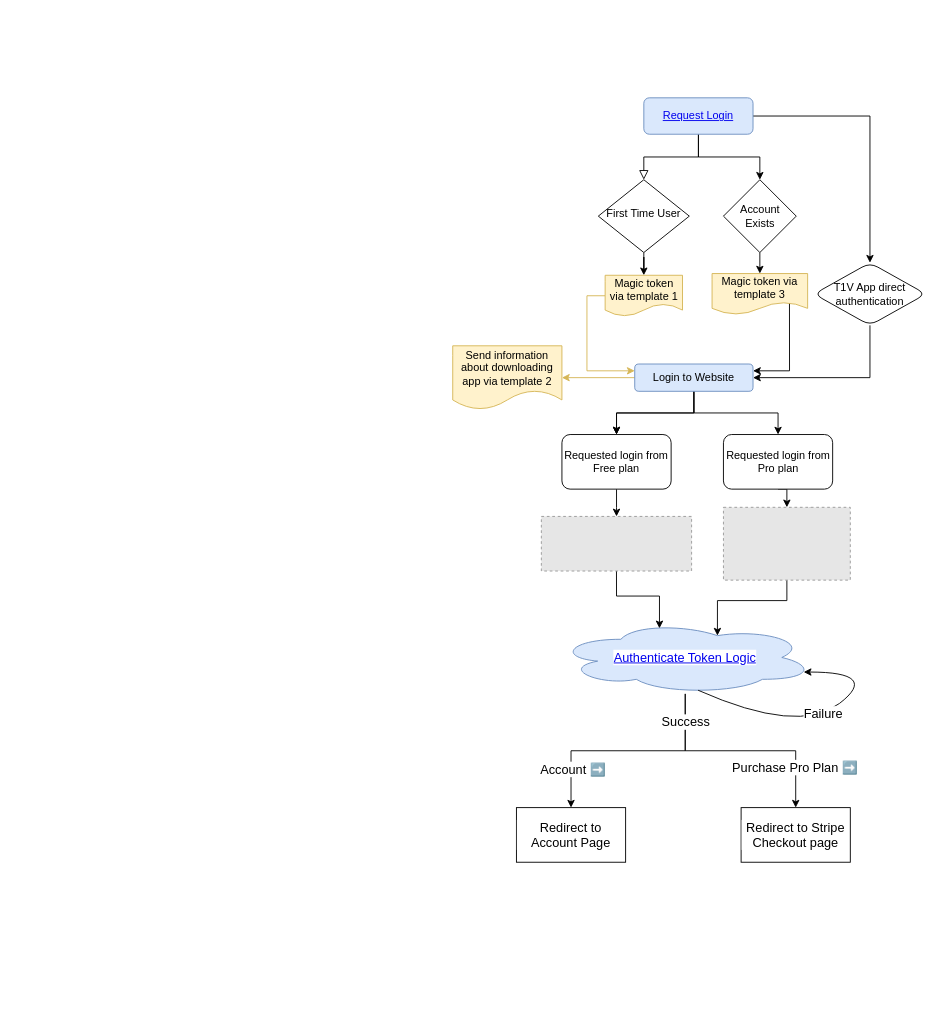
Earlier version of the draw.io diagram page "Login Flow" (1 of 4) of Untitled Diagram.drawio (pbt1v/flowcharts). Source tidied: cells renumbered, new cells numbered last; positions are measured from the earlier drawing's top-left corner, leaving out a move shared by most shapes. Both pictures are drawn from the tidied source at 91%, with x=0, y=0 at pixel (452, 97). Pictures stored in the file or linked from it are replaced by grey dashed boxes.
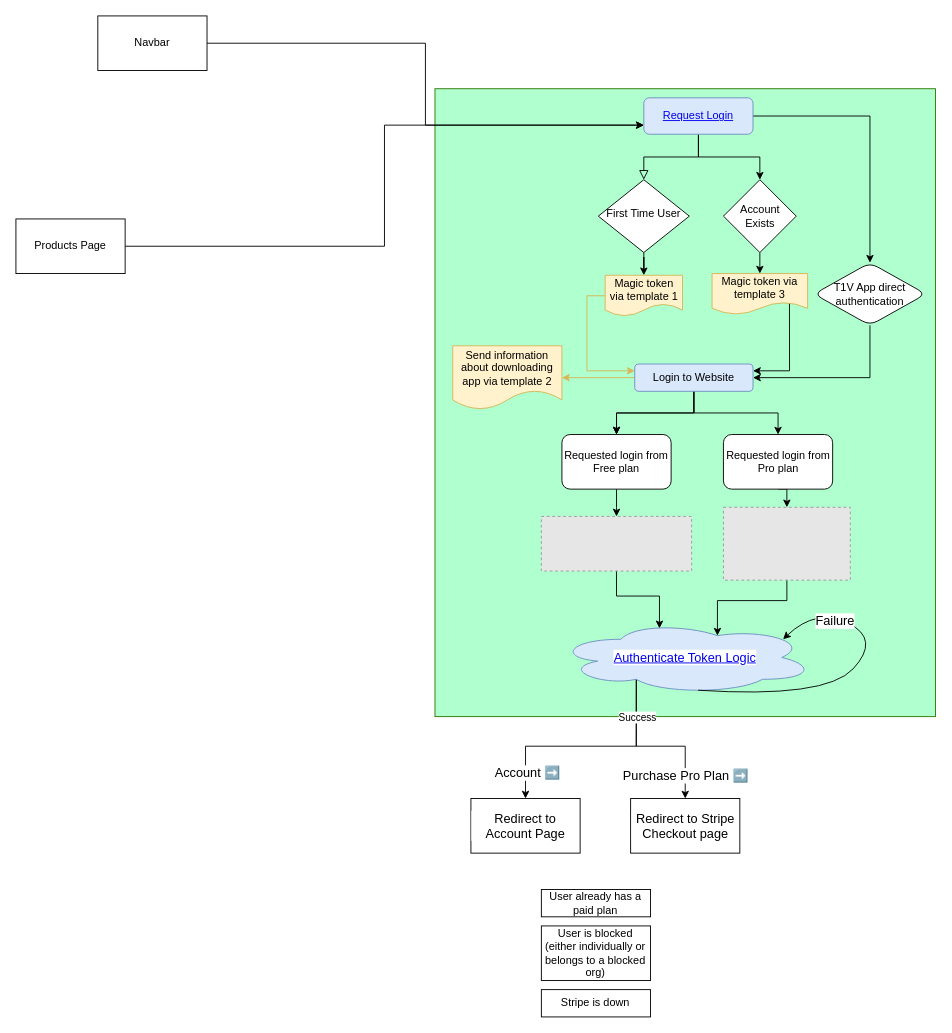
The same page after the edit.

Unchanged cells that the change refers to:
```xml
<mxCell id="5" value="&lt;a href=&quot;data:page/id,41-cwJReHn9E8La9h7f7&quot;&gt;Request Login&lt;/a&gt;" style="rounded=1;whiteSpace=wrap;html=1;fontSize=12;glass=0;strokeWidth=1;shadow=0;fillColor=#dae8fc;strokeColor=#6c8ebf;" parent="1" vertex="1">
  <mxGeometry x="210" width="120" height="40" as="geometry" />
</mxCell>
<mxCell id="31" value="&lt;a href=&quot;data:page/id,Cjgt9jFM1V30jB4g_Zc7&quot;&gt;Authenticate Token Logic&lt;/a&gt;" style="ellipse;shape=cloud;whiteSpace=wrap;html=1;labelBackgroundColor=#FFFFFF;fontSize=14;fillColor=#dae8fc;strokeColor=#6c8ebf;" parent="1" vertex="1">
  <mxGeometry x="114" y="575" width="283" height="80" as="geometry" />
</mxCell>
```

Diff of the diagram source:
```diff
@@
+    <mxCell id="43" style="rounded=0;whiteSpace=wrap;html=1;fillColor=#00FF6650;strokeColor=#2D7600;fontColor=#ffffff;" parent="1" vertex="1">
+      <mxGeometry x="-19.5" y="-10" width="550" height="690" as="geometry" />
+    </mxCell>
@@
-    <mxCell id="26" style="edgeStyle=orthogonalEdgeStyle;rounded=0;jettySize=auto;html=1;fontSize=14;fontColor=#000000;" parent="1" edge="1" source="31" target="41">
+    <mxCell id="26" style="edgeStyle=orthogonalEdgeStyle;rounded=0;jettySize=auto;html=1;fontSize=14;fontColor=#000000;exitX=0.31;exitY=0.8;exitDx=0;exitDy=0;exitPerimeter=0;" parent="1" edge="1" source="31" target="41">
       <mxGeometry relative="1" as="geometry" />
     </mxCell>
     <mxCell id="27" value="Account ➡️&amp;nbsp;" style="edgeLabel;html=1;align=center;verticalAlign=middle;fontSize=14;fontColor=#000000;" parent="26" vertex="1">
-      <mxGeometry x="0.66" y="3" relative="1" as="geometry" />
+      <mxGeometry x="0.66" y="3" relative="1" as="geometry">
+        <mxPoint y="14" as="offset" />
+      </mxGeometry>
     </mxCell>
-    <mxCell id="28" style="edgeStyle=orthogonalEdgeStyle;rounded=0;jettySize=auto;html=1;fontSize=14;fontColor=#000000;" parent="1" edge="1" source="31" target="42">
+    <mxCell id="28" style="edgeStyle=orthogonalEdgeStyle;rounded=0;jettySize=auto;html=1;fontSize=14;fontColor=#000000;exitX=0.31;exitY=0.8;exitDx=0;exitDy=0;exitPerimeter=0;" parent="1" edge="1" source="31" target="42">
       <mxGeometry relative="1" as="geometry" />
     </mxCell>
+    <mxCell id="30" value="Purchase Pro Plan ➡️" style="edgeLabel;html=1;align=center;verticalAlign=middle;fontSize=14;fontColor=#000000;" parent="28" vertex="1">
+      <mxGeometry x="0.64" y="-1" relative="1" as="geometry">
+        <mxPoint x="1" y="7" as="offset" />
+      </mxGeometry>
+    </mxCell>
-    <mxCell id="29" value="Success" style="edgeLabel;html=1;align=center;verticalAlign=middle;fontSize=14;fontColor=#000000;" parent="28" vertex="1">
-      <mxGeometry x="-0.76" relative="1" as="geometry" />
+    <mxCell id="29" value="Success" style="edgeLabel;html=1;align=center;verticalAlign=middle;" parent="28" vertex="1">
+      <mxGeometry x="-0.71" y="1" relative="1" as="geometry">
+        <mxPoint y="14" as="offset" />
+      </mxGeometry>
     </mxCell>
-    <mxCell id="30" value="Purchase Pro Plan ➡️" style="edgeLabel;html=1;align=center;verticalAlign=middle;fontSize=14;fontColor=#000000;" parent="28" vertex="1">
-      <mxGeometry x="0.64" y="-1" relative="1" as="geometry" />
-    </mxCell>
@@
-    <mxCell id="39" style="curved=1;endArrow=classic;html=1;rounded=0;fontSize=14;fontColor=#000000;exitX=0.55;exitY=0.95;exitDx=0;exitDy=0;exitPerimeter=0;entryX=0.96;entryY=0.7;entryDx=0;entryDy=0;entryPerimeter=0;" parent="1" edge="1" source="31" target="31">
+    <mxCell id="39" style="curved=1;endArrow=classic;html=1;rounded=0;fontSize=14;fontColor=#000000;exitX=0.55;exitY=0.95;exitDx=0;exitDy=0;exitPerimeter=0;entryX=0.88;entryY=0.25;entryDx=0;entryDy=0;entryPerimeter=0;" parent="1" edge="1" source="31" target="31">
       <mxGeometry relative="1" as="geometry">
         <Array as="points">
-          <mxPoint x="380" y="700" />
-          <mxPoint x="470" y="631" />
+          <mxPoint x="410" y="660" />
+          <mxPoint x="470" y="595" />
+          <mxPoint x="400" y="560" />
         </Array>
       </mxGeometry>
     </mxCell>
     <mxCell id="40" value="Failure" style="edgeLabel;html=1;align=center;verticalAlign=middle;fontSize=14;fontColor=#000000;" parent="39" vertex="1">
-      <mxGeometry x="-0.02" y="2" relative="1" as="geometry" />
+      <mxGeometry x="-0.02" y="2" relative="1" as="geometry">
+        <mxPoint x="-13" y="-58" as="offset" />
+      </mxGeometry>
     </mxCell>
     <mxCell id="41" value="Redirect to Account Page" style="whiteSpace=wrap;html=1;fontSize=14;fontColor=#000000;labelBackgroundColor=#FFFFFF;" parent="1" vertex="1">
-      <mxGeometry x="70" y="780" width="120" height="60" as="geometry" />
+      <mxGeometry x="20" y="770" width="120" height="60" as="geometry" />
     </mxCell>
     <mxCell id="42" value="Redirect to Stripe Checkout page" style="whiteSpace=wrap;html=1;fontSize=14;fontColor=#000000;labelBackgroundColor=#FFFFFF;" parent="1" vertex="1">
-      <mxGeometry x="316.9" y="780" width="120" height="60" as="geometry" />
+      <mxGeometry x="195.5" y="770" width="120" height="60" as="geometry" />
     </mxCell>
+    <mxCell id="44" style="edgeStyle=orthogonalEdgeStyle;rounded=0;jettySize=auto;html=1;exitX=1;exitY=0.5;exitDx=0;exitDy=0;entryX=0;entryY=0.75;entryDx=0;entryDy=0;" parent="1" edge="1" source="45" target="5">
+      <mxGeometry relative="1" as="geometry" />
+    </mxCell>
+    <mxCell id="45" value="Products Page" style="rounded=0;whiteSpace=wrap;html=1;" parent="1" vertex="1">
+      <mxGeometry x="-480" y="133.1" width="120" height="60" as="geometry" />
+    </mxCell>
+    <mxCell id="46" style="edgeStyle=orthogonalEdgeStyle;rounded=0;jettySize=auto;html=1;exitX=1;exitY=0.5;exitDx=0;exitDy=0;entryX=0;entryY=0.75;entryDx=0;entryDy=0;" parent="1" edge="1" source="47" target="5">
+      <mxGeometry relative="1" as="geometry" />
+    </mxCell>
+    <mxCell id="47" value="Navbar" style="rounded=0;whiteSpace=wrap;html=1;" parent="1" vertex="1">
+      <mxGeometry x="-390" y="-90" width="120" height="60" as="geometry" />
+    </mxCell>
+    <mxCell id="48" value="User already has a paid plan" style="rounded=0;whiteSpace=wrap;html=1;" parent="1" vertex="1">
+      <mxGeometry x="97.4" y="870" width="120" height="30" as="geometry" />
+    </mxCell>
+    <mxCell id="49" value="User is blocked (either individually or belongs to a blocked org)" style="rounded=0;whiteSpace=wrap;html=1;" parent="1" vertex="1">
+      <mxGeometry x="97.4" y="910" width="120" height="60" as="geometry" />
+    </mxCell>
+    <mxCell id="50" value="Stripe is down" style="rounded=0;whiteSpace=wrap;html=1;" parent="1" vertex="1">
+      <mxGeometry x="97.4" y="980" width="120" height="30" as="geometry" />
+    </mxCell>
```
